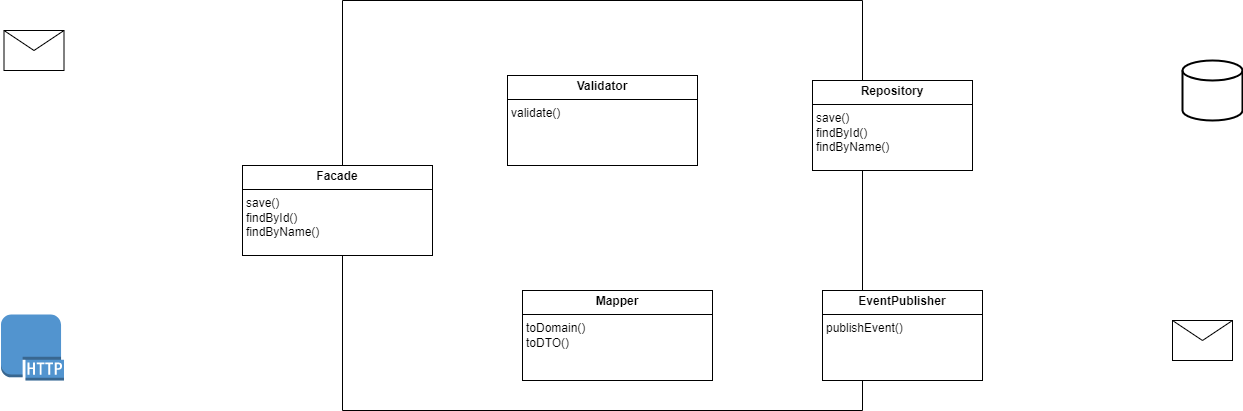
Before: src/main/java/com/example/demo/test/diagrams/student-app.png, a diagram exported from draw.io (lukaszhapak/demo). Source tidied: cells renumbered, new cells last; positions are measured from the earlier drawing's top-left corner, leaving out a move shared by most shapes. Source of this version:
```xml
<mxGraphModel>
  <root>
    <mxCell id="0" />
    <mxCell id="1" parent="0" />
    <mxCell id="2" style="swimlane;startSize=0;" parent="1" vertex="1">
      <mxGeometry x="342" width="520" height="410" as="geometry" />
    </mxCell>
    <mxCell id="3" value="&lt;p style=&quot;margin:0px;margin-top:4px;text-align:center;&quot;&gt;&lt;b&gt;Facade&lt;/b&gt;&lt;/p&gt;&lt;hr size=&quot;1&quot; style=&quot;border-style:solid;&quot;&gt;&lt;p style=&quot;margin:0px;margin-left:4px;&quot;&gt;&lt;/p&gt;&lt;p style=&quot;margin:0px;margin-left:4px;&quot;&gt;save()&lt;/p&gt;&lt;p style=&quot;margin:0px;margin-left:4px;&quot;&gt;findById()&lt;/p&gt;&lt;p style=&quot;margin:0px;margin-left:4px;&quot;&gt;findByName()&lt;/p&gt;" style="verticalAlign=top;align=left;overflow=fill;html=1;whiteSpace=wrap;" parent="2" vertex="1">
      <mxGeometry x="-100" y="165" width="190" height="90" as="geometry" />
    </mxCell>
    <mxCell id="4" value="&lt;p style=&quot;margin:0px;margin-top:4px;text-align:center;&quot;&gt;&lt;b&gt;Mapper&lt;/b&gt;&lt;/p&gt;&lt;hr size=&quot;1&quot; style=&quot;border-style:solid;&quot;&gt;&lt;p style=&quot;margin:0px;margin-left:4px;&quot;&gt;&lt;/p&gt;&lt;p style=&quot;margin:0px;margin-left:4px;&quot;&gt;toDomain()&lt;/p&gt;&lt;p style=&quot;margin:0px;margin-left:4px;&quot;&gt;toDTO()&lt;/p&gt;" style="verticalAlign=top;align=left;overflow=fill;html=1;whiteSpace=wrap;" parent="2" vertex="1">
      <mxGeometry x="180" y="290" width="190" height="90" as="geometry" />
    </mxCell>
    <mxCell id="5" value="&lt;p style=&quot;margin:0px;margin-top:4px;text-align:center;&quot;&gt;&lt;b&gt;Validator&lt;/b&gt;&lt;/p&gt;&lt;hr size=&quot;1&quot; style=&quot;border-style:solid;&quot;&gt;&lt;p style=&quot;margin:0px;margin-left:4px;&quot;&gt;&lt;/p&gt;&lt;p style=&quot;margin:0px;margin-left:4px;&quot;&gt;&lt;span style=&quot;background-color: initial;&quot;&gt;validate()&lt;/span&gt;&lt;/p&gt;" style="verticalAlign=top;align=left;overflow=fill;html=1;whiteSpace=wrap;" parent="2" vertex="1">
      <mxGeometry x="165" y="75" width="190" height="90" as="geometry" />
    </mxCell>
    <mxCell id="6" value="&lt;p style=&quot;margin:0px;margin-top:4px;text-align:center;&quot;&gt;&lt;b&gt;Repository&lt;/b&gt;&lt;/p&gt;&lt;hr size=&quot;1&quot; style=&quot;border-style:solid;&quot;&gt;&lt;p style=&quot;margin:0px;margin-left:4px;&quot;&gt;&lt;/p&gt;&lt;p style=&quot;margin: 0px 0px 0px 4px;&quot;&gt;save()&lt;/p&gt;&lt;p style=&quot;margin: 0px 0px 0px 4px;&quot;&gt;findById()&lt;/p&gt;&lt;p style=&quot;margin: 0px 0px 0px 4px;&quot;&gt;findByName()&lt;/p&gt;" style="verticalAlign=top;align=left;overflow=fill;html=1;whiteSpace=wrap;" parent="1" vertex="1">
      <mxGeometry x="812" y="80" width="160" height="90" as="geometry" />
    </mxCell>
    <mxCell id="7" value="&lt;p style=&quot;margin:0px;margin-top:4px;text-align:center;&quot;&gt;&lt;b&gt;EventPublisher&lt;/b&gt;&lt;/p&gt;&lt;hr size=&quot;1&quot; style=&quot;border-style:solid;&quot;&gt;&lt;p style=&quot;margin:0px;margin-left:4px;&quot;&gt;&lt;/p&gt;&lt;p style=&quot;margin: 0px 0px 0px 4px;&quot;&gt;publishEvent()&lt;/p&gt;" style="verticalAlign=top;align=left;overflow=fill;html=1;whiteSpace=wrap;" parent="1" vertex="1">
      <mxGeometry x="822" y="290" width="160" height="90" as="geometry" />
    </mxCell>
    <mxCell id="8" style="strokeWidth=2;html=1;shape=mxgraph.flowchart.database;whiteSpace=wrap;" parent="1" vertex="1">
      <mxGeometry x="1182" y="60" width="60" height="60" as="geometry" />
    </mxCell>
    <mxCell id="9" style="shape=message;html=1;html=1;labelPosition=center;verticalLabelPosition=bottom;align=center;verticalAlign=top;" parent="1" vertex="1">
      <mxGeometry x="1172" y="320" width="60" height="40" as="geometry" />
    </mxCell>
    <mxCell id="10" style="shape=message;html=1;html=1;labelPosition=center;verticalLabelPosition=bottom;align=center;verticalAlign=top;fillColor=none;" parent="1" vertex="1">
      <mxGeometry x="3.5" y="30" width="60" height="40" as="geometry" />
    </mxCell>
    <mxCell id="11" style="dashed=0;verticalLabelPosition=bottom;verticalAlign=top;align=center;html=1;shape=mxgraph.aws3.http_protocol;fillColor=#5294CF;gradientColor=none;" parent="1" vertex="1">
      <mxGeometry x="0.5" y="314" width="63" height="66" as="geometry" />
    </mxCell>
  </root>
</mxGraphModel>
```
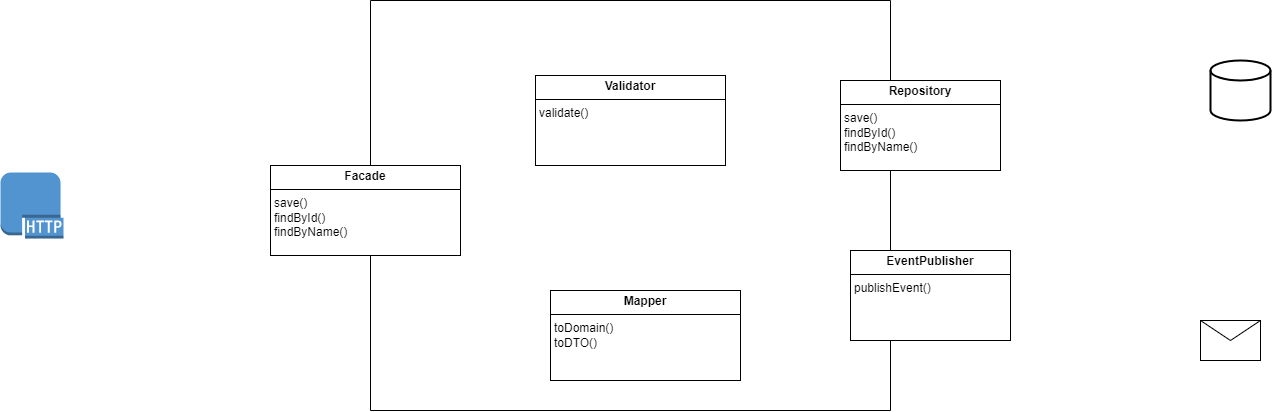
The same diagram one commit later.

What changed in the source:
```diff
@@ -18,7 +18,7 @@
       <mxGeometry x="812" y="80" width="160" height="90" as="geometry" />
     </mxCell>
     <mxCell id="7" value="&lt;p style=&quot;margin:0px;margin-top:4px;text-align:center;&quot;&gt;&lt;b&gt;EventPublisher&lt;/b&gt;&lt;/p&gt;&lt;hr size=&quot;1&quot; style=&quot;border-style:solid;&quot;&gt;&lt;p style=&quot;margin:0px;margin-left:4px;&quot;&gt;&lt;/p&gt;&lt;p style=&quot;margin: 0px 0px 0px 4px;&quot;&gt;publishEvent()&lt;/p&gt;" style="verticalAlign=top;align=left;overflow=fill;html=1;whiteSpace=wrap;" parent="1" vertex="1">
-      <mxGeometry x="822" y="290" width="160" height="90" as="geometry" />
+      <mxGeometry x="822" y="250" width="160" height="90" as="geometry" />
     </mxCell>
     <mxCell id="8" style="strokeWidth=2;html=1;shape=mxgraph.flowchart.database;whiteSpace=wrap;" parent="1" vertex="1">
       <mxGeometry x="1182" y="60" width="60" height="60" as="geometry" />
@@ -26,11 +26,8 @@
     <mxCell id="9" style="shape=message;html=1;html=1;labelPosition=center;verticalLabelPosition=bottom;align=center;verticalAlign=top;" parent="1" vertex="1">
       <mxGeometry x="1172" y="320" width="60" height="40" as="geometry" />
     </mxCell>
-    <mxCell id="10" style="shape=message;html=1;html=1;labelPosition=center;verticalLabelPosition=bottom;align=center;verticalAlign=top;fillColor=none;" parent="1" vertex="1">
-      <mxGeometry x="3.5" y="30" width="60" height="40" as="geometry" />
-    </mxCell>
     <mxCell id="11" style="dashed=0;verticalLabelPosition=bottom;verticalAlign=top;align=center;html=1;shape=mxgraph.aws3.http_protocol;fillColor=#5294CF;gradientColor=none;" parent="1" vertex="1">
-      <mxGeometry x="0.5" y="314" width="63" height="66" as="geometry" />
+      <mxGeometry x="-28" y="172" width="63" height="66" as="geometry" />
     </mxCell>
   </root>
 </mxGraphModel>
```
